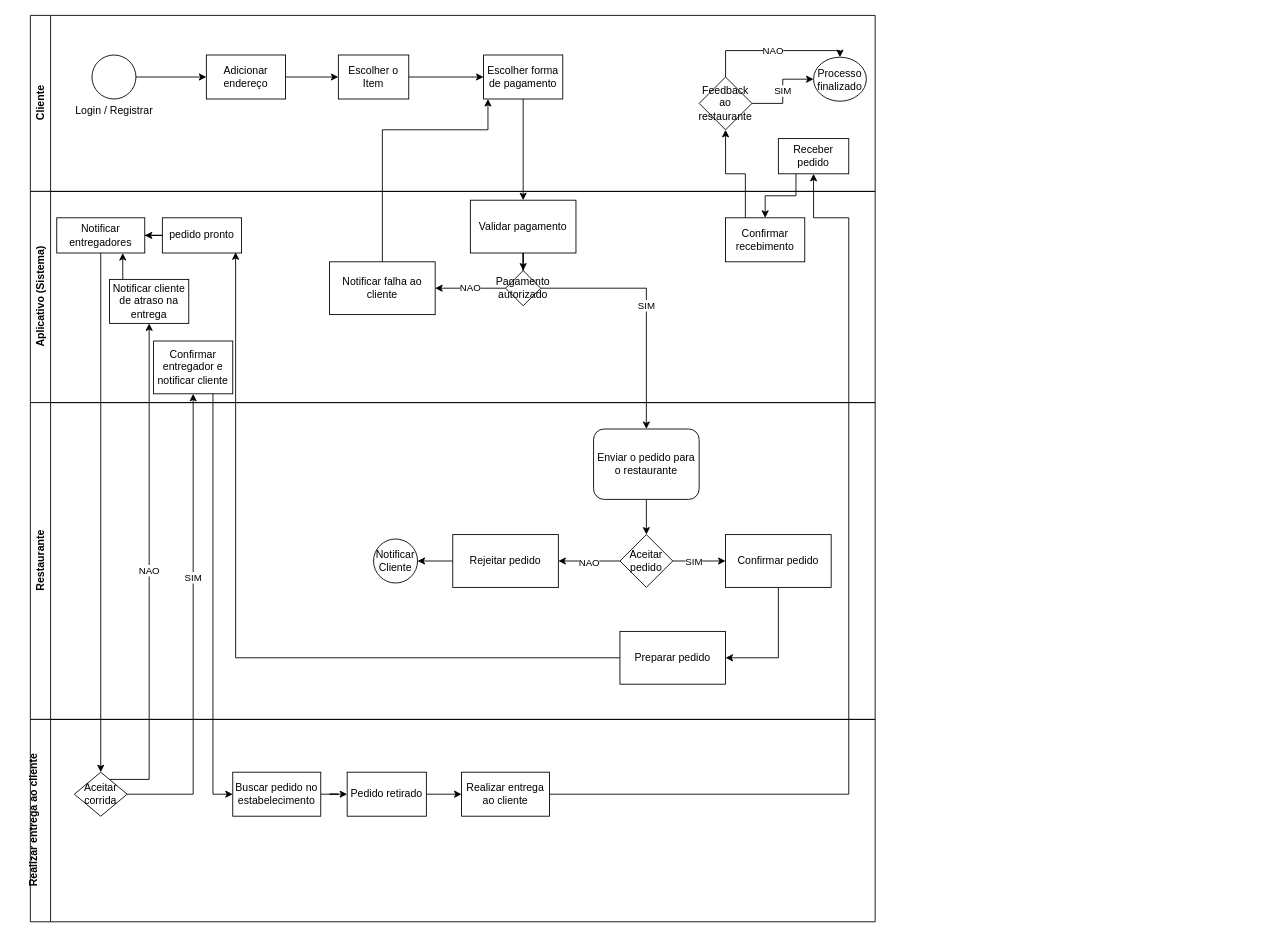
Above: ProcessosDeNegóciosBPMN.drawio in RuanCF/Processos-de-Negocios-BPMN (draw.io), before the change. Source tidied: cells renumbered, new cells numbered last; positions are measured from the earlier drawing's top-left corner, leaving out a move shared by most shapes. Both pictures are drawn from the tidied source at 88%, with x=0, y=0 at pixel (30, 15).
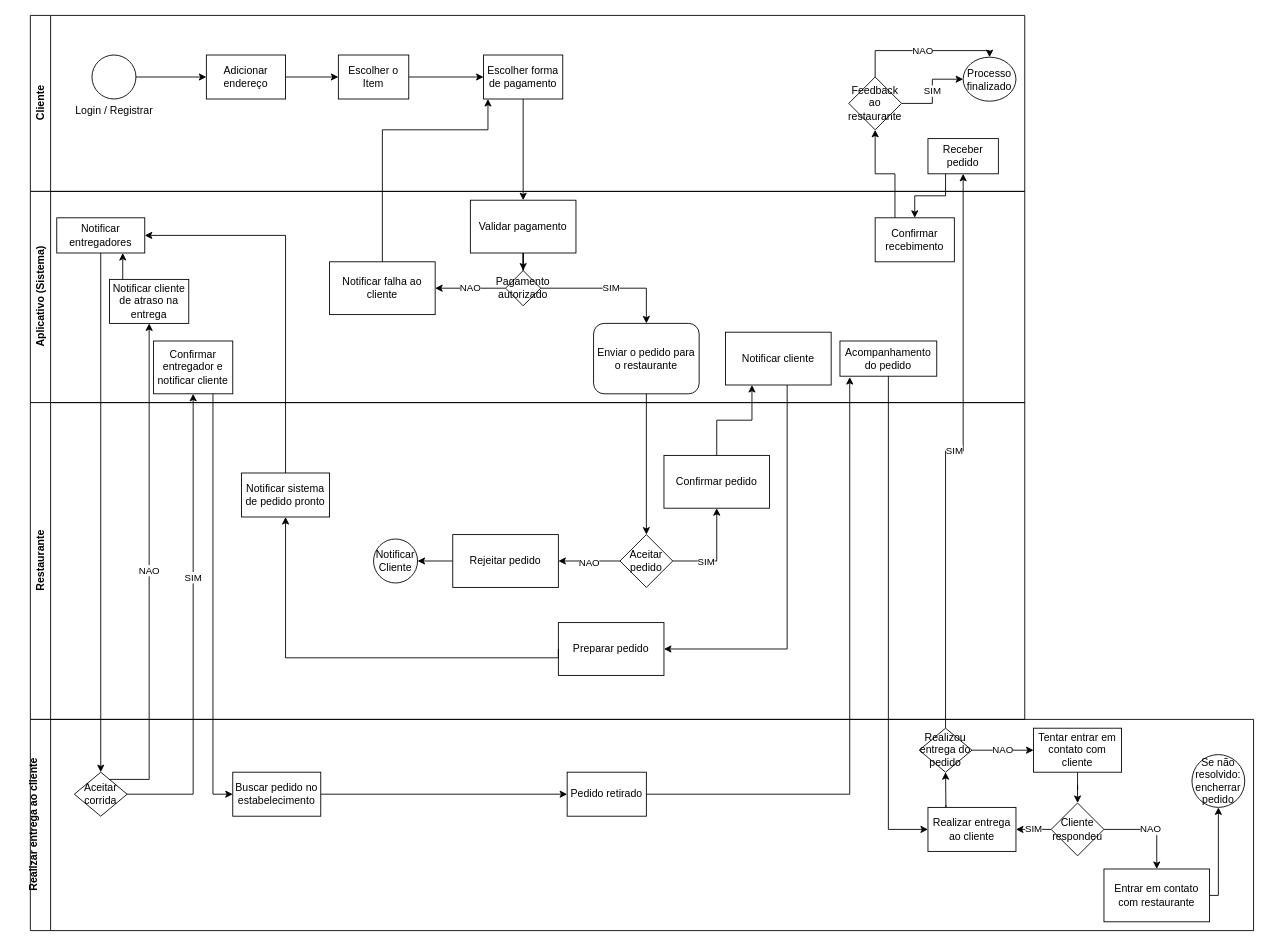
The same page after the edit.

The change refers to these unchanged cells:
```xml
<mxCell id="18" value="Pagamento a&lt;span style=&quot;background-color: transparent; color: light-dark(rgb(0, 0, 0), rgb(255, 255, 255));&quot;&gt;utorizado&lt;/span&gt;" style="rhombus;verticalAlign=middle;align=center;fontColor=default;labelBackgroundColor=none;html=1;whiteSpace=wrap;spacingBottom=0;" parent="15" vertex="1">
  <mxGeometry x="540" y="90" width="40" height="40" as="geometry" />
</mxCell>
<mxCell id="25" value="Notificar entregadores" style="whiteSpace=wrap;html=1;" parent="15" vertex="1">
  <mxGeometry x="30" y="30" width="100" height="40" as="geometry" />
</mxCell>
<mxCell id="35" value="Aceitar pedido" style="rhombus;whiteSpace=wrap;html=1;" parent="28" vertex="1">
  <mxGeometry x="670" y="150" width="60" height="60" as="geometry" />
</mxCell>
```

The edit, as a diff of the source:
```diff
@@
     <mxCell id="2" value="Cliente" style="swimlane;horizontal=0;whiteSpace=wrap;html=1;" parent="1" vertex="1">
-      <mxGeometry width="960" height="200" as="geometry" />
+      <mxGeometry width="1130" height="200" as="geometry" />
     </mxCell>
@@
-    <mxCell id="10" value="Processo finalizado" style="ellipse;whiteSpace=wrap;html=1;" parent="2" vertex="1">
-      <mxGeometry x="890" y="47.5" width="60" height="50" as="geometry" />
-    </mxCell>
-    <mxCell id="11" value="Receber pedido" style="whiteSpace=wrap;html=1;" parent="2" vertex="1">
-      <mxGeometry x="850" y="140" width="80" height="40" as="geometry" />
-    </mxCell>
-    <mxCell id="12" value="SIM" style="edgeStyle=orthogonalEdgeStyle;rounded=0;jettySize=auto;html=1;" parent="2" edge="1" source="14" target="10">
-      <mxGeometry relative="1" as="geometry" />
-    </mxCell>
-    <mxCell id="13" value="NAO" style="edgeStyle=orthogonalEdgeStyle;rounded=0;jettySize=auto;html=1;entryX=0.5;entryY=0;entryDx=0;entryDy=0;" parent="2" edge="1" source="14" target="10">
-      <mxGeometry relative="1" as="geometry">
-        <Array as="points">
-          <mxPoint x="790" y="40" />
-          <mxPoint x="920" y="40" />
-        </Array>
-      </mxGeometry>
-    </mxCell>
-    <mxCell id="14" value="Feedback ao restaurante" style="rhombus;whiteSpace=wrap;html=1;" parent="2" vertex="1">
-      <mxGeometry x="760" y="70" width="60" height="60" as="geometry" />
-    </mxCell>
     <mxCell id="15" value="Aplicativo (Sistema)" style="swimlane;horizontal=0;whiteSpace=wrap;html=1;" parent="1" vertex="1">
-      <mxGeometry y="200" width="960" height="240" as="geometry" />
+      <mxGeometry y="200" width="1130" height="240" as="geometry" />
     </mxCell>
@@
-    <mxCell id="21" style="edgeStyle=orthogonalEdgeStyle;rounded=0;jettySize=auto;html=1;" parent="15" edge="1" source="22" target="25">
-      <mxGeometry relative="1" as="geometry" />
-    </mxCell>
-    <mxCell id="22" value="pedido pronto" style="whiteSpace=wrap;html=1;" parent="15" vertex="1">
-      <mxGeometry x="150" y="30" width="90" height="40" as="geometry" />
-    </mxCell>
@@
+    <mxCell id="30" value="Enviar o pedido para o restaurante" style="html=1;whiteSpace=wrap;rounded=1;" parent="15" vertex="1">
+      <mxGeometry x="640" y="150" width="120" height="80" as="geometry" />
+    </mxCell>
+    <mxCell id="40" value="SIM" style="edgeStyle=orthogonalEdgeStyle;rounded=0;jettySize=auto;html=1;entryX=0.5;entryY=0;entryDx=0;entryDy=0;" parent="15" edge="1" source="18" target="30">
+      <mxGeometry relative="1" as="geometry" />
+    </mxCell>
+    <mxCell id="60" value="Notificar cliente" style="whiteSpace=wrap;html=1;" parent="15" vertex="1">
+      <mxGeometry x="790" y="160" width="120" height="60" as="geometry" />
+    </mxCell>
+    <mxCell id="10" value="Processo finalizado" style="ellipse;whiteSpace=wrap;html=1;" parent="15" vertex="1">
+      <mxGeometry x="1060" y="-152.5" width="60" height="50" as="geometry" />
+    </mxCell>
+    <mxCell id="11" value="Receber pedido" style="whiteSpace=wrap;html=1;" parent="15" vertex="1">
+      <mxGeometry x="1020" y="-60" width="80" height="40" as="geometry" />
+    </mxCell>
+    <mxCell id="12" value="SIM" style="edgeStyle=orthogonalEdgeStyle;rounded=0;jettySize=auto;html=1;" parent="15" edge="1" source="14" target="10">
+      <mxGeometry relative="1" as="geometry" />
+    </mxCell>
+    <mxCell id="13" value="NAO" style="edgeStyle=orthogonalEdgeStyle;rounded=0;jettySize=auto;html=1;entryX=0.5;entryY=0;entryDx=0;entryDy=0;" parent="15" edge="1" source="14" target="10">
+      <mxGeometry relative="1" as="geometry">
+        <Array as="points">
+          <mxPoint x="960" y="-160" />
+          <mxPoint x="1090" y="-160" />
+        </Array>
+      </mxGeometry>
+    </mxCell>
+    <mxCell id="14" value="Feedback ao restaurante" style="rhombus;whiteSpace=wrap;html=1;" parent="15" vertex="1">
+      <mxGeometry x="930" y="-130" width="60" height="60" as="geometry" />
+    </mxCell>
     <mxCell id="27" value="Confirmar recebimento" style="whiteSpace=wrap;html=1;" parent="15" vertex="1">
-      <mxGeometry x="790" y="30" width="90" height="50" as="geometry" />
+      <mxGeometry x="960" y="30" width="90" height="50" as="geometry" />
     </mxCell>
+    <mxCell id="58" style="edgeStyle=orthogonalEdgeStyle;rounded=0;jettySize=auto;html=1;exitX=0.25;exitY=1;exitDx=0;exitDy=0;entryX=0.5;entryY=0;entryDx=0;entryDy=0;" parent="15" edge="1" source="11" target="27">
+      <mxGeometry relative="1" as="geometry" />
+    </mxCell>
+    <mxCell id="59" style="edgeStyle=orthogonalEdgeStyle;rounded=0;jettySize=auto;html=1;exitX=0.25;exitY=0;exitDx=0;exitDy=0;entryX=0.5;entryY=1;entryDx=0;entryDy=0;" parent="15" edge="1" source="27" target="14">
+      <mxGeometry relative="1" as="geometry" />
+    </mxCell>
+    <mxCell id="61" value="Acompanhamento do pedido" style="whiteSpace=wrap;html=1;" parent="15" vertex="1">
+      <mxGeometry x="920" y="170" width="110" height="40" as="geometry" />
+    </mxCell>
     <mxCell id="28" value="Restaurante" style="swimlane;horizontal=0;whiteSpace=wrap;html=1;" parent="1" vertex="1">
-      <mxGeometry y="440" width="960" height="360" as="geometry" />
+      <mxGeometry y="440" width="1130" height="360" as="geometry" />
     </mxCell>
-    <mxCell id="29" style="edgeStyle=orthogonalEdgeStyle;rounded=0;jettySize=auto;html=1;" parent="28" edge="1" source="30" target="35">
-      <mxGeometry relative="1" as="geometry" />
-    </mxCell>
-    <mxCell id="30" value="Enviar o pedido para o restaurante" style="html=1;whiteSpace=wrap;rounded=1;" parent="28" vertex="1">
-      <mxGeometry x="640" y="30" width="120" height="80" as="geometry" />
-    </mxCell>
@@
     <mxCell id="33" style="edgeStyle=orthogonalEdgeStyle;rounded=0;jettySize=auto;html=1;" parent="28" edge="1" source="35" target="38">
-      <mxGeometry relative="1" as="geometry" />
+      <mxGeometry relative="1" as="geometry">
+        <Array as="points">
+          <mxPoint x="780" y="180" />
+        </Array>
+      </mxGeometry>
     </mxCell>
@@
     <mxCell id="38" value="Confirmar pedido" style="whiteSpace=wrap;html=1;" parent="28" vertex="1">
-      <mxGeometry x="790" y="150" width="120" height="60" as="geometry" />
+      <mxGeometry x="720" y="60" width="120" height="60" as="geometry" />
     </mxCell>
@@
-    <mxCell id="40" value="SIM" style="edgeStyle=orthogonalEdgeStyle;rounded=0;jettySize=auto;html=1;entryX=0.5;entryY=0;entryDx=0;entryDy=0;" parent="1" edge="1" source="18" target="30">
-      <mxGeometry relative="1" as="geometry" />
-    </mxCell>
-    <mxCell id="41" value="Preparar pedido" style="whiteSpace=wrap;html=1;" parent="1" vertex="1">
-      <mxGeometry x="670" y="700" width="120" height="60" as="geometry" />
+    <mxCell id="41" value="Preparar pedido" style="whiteSpace=wrap;html=1;" parent="28" vertex="1">
+      <mxGeometry x="600" y="250" width="120" height="60" as="geometry" />
     </mxCell>
-    <mxCell id="42" style="edgeStyle=orthogonalEdgeStyle;rounded=0;jettySize=auto;html=1;entryX=1;entryY=0.5;entryDx=0;entryDy=0;" parent="1" edge="1" source="38" target="41">
-      <mxGeometry relative="1" as="geometry" />
-    </mxCell>
+    <mxCell id="22" value="Notificar sistema de pedido pronto" style="whiteSpace=wrap;html=1;" parent="28" vertex="1">
+      <mxGeometry x="240" y="80" width="100" height="50" as="geometry" />
+    </mxCell>
+    <mxCell id="54" style="edgeStyle=orthogonalEdgeStyle;rounded=0;jettySize=auto;html=1;exitX=0;exitY=0.5;exitDx=0;exitDy=0;" parent="28" edge="1" source="41">
+      <mxGeometry relative="1" as="geometry">
+        <mxPoint x="290" y="130" as="targetPoint" />
+        <Array as="points">
+          <mxPoint x="600" y="290" />
+          <mxPoint x="290" y="290" />
+          <mxPoint x="290" y="130" />
+        </Array>
+      </mxGeometry>
+    </mxCell>
@@
     <mxCell id="45" value="&#10;Realizar entrega ao cliente&#10;&#10;" style="swimlane;horizontal=0;whiteSpace=wrap;html=1;startSize=23;" parent="1" vertex="1">
-      <mxGeometry y="800" width="960" height="230" as="geometry" />
+      <mxGeometry y="800" width="1390" height="240" as="geometry" />
     </mxCell>
@@
-    <mxCell id="49" style="edgeStyle=orthogonalEdgeStyle;rounded=0;jettySize=auto;html=1;" parent="45" edge="1" source="50" target="51">
-      <mxGeometry relative="1" as="geometry" />
-    </mxCell>
     <mxCell id="50" value="Pedido retirado" style="whiteSpace=wrap;html=1;" parent="45" vertex="1">
-      <mxGeometry x="360" y="60" width="90" height="50" as="geometry" />
+      <mxGeometry x="610" y="60" width="90" height="50" as="geometry" />
     </mxCell>
+    <mxCell id="62" style="edgeStyle=orthogonalEdgeStyle;rounded=0;jettySize=auto;html=1;exitX=0.204;exitY=-0.057;exitDx=0;exitDy=0;entryX=0.5;entryY=1;entryDx=0;entryDy=0;exitPerimeter=0;" parent="45" edge="1" source="51" target="64">
+      <mxGeometry relative="1" as="geometry">
+        <Array as="points">
+          <mxPoint x="1040" y="100" />
+        </Array>
+      </mxGeometry>
+    </mxCell>
     <mxCell id="51" value="Realizar entrega ao cliente" style="whiteSpace=wrap;html=1;" parent="45" vertex="1">
-      <mxGeometry x="490" y="60" width="100" height="50" as="geometry" />
+      <mxGeometry x="1020" y="100" width="100" height="50" as="geometry" />
     </mxCell>
+    <mxCell id="63" value="NAO" style="edgeStyle=orthogonalEdgeStyle;rounded=0;jettySize=auto;html=1;" parent="45" edge="1" source="64" target="66">
+      <mxGeometry relative="1" as="geometry" />
+    </mxCell>
+    <mxCell id="64" value="Realizou entrega do pedido" style="rhombus;whiteSpace=wrap;html=1;" parent="45" vertex="1">
+      <mxGeometry x="1010" y="10" width="60" height="50" as="geometry" />
+    </mxCell>
+    <mxCell id="65" style="edgeStyle=orthogonalEdgeStyle;rounded=0;jettySize=auto;html=1;entryX=0.5;entryY=0;entryDx=0;entryDy=0;" parent="45" edge="1" source="66" target="68">
+      <mxGeometry relative="1" as="geometry" />
+    </mxCell>
+    <mxCell id="66" value="Tentar entrar em contato com cliente" style="whiteSpace=wrap;html=1;" parent="45" vertex="1">
+      <mxGeometry x="1140" y="10" width="100" height="50" as="geometry" />
+    </mxCell>
+    <mxCell id="67" value="SIM" style="edgeStyle=orthogonalEdgeStyle;rounded=0;jettySize=auto;html=1;entryX=1;entryY=0.5;entryDx=0;entryDy=0;" parent="45" edge="1" source="68" target="51">
+      <mxGeometry relative="1" as="geometry" />
+    </mxCell>
+    <mxCell id="68" value="Cliente respondeu" style="rhombus;whiteSpace=wrap;html=1;" parent="45" vertex="1">
+      <mxGeometry x="1160" y="95" width="60" height="60" as="geometry" />
+    </mxCell>
+    <mxCell id="69" value="Se não resolvido:&lt;br&gt;encherrar pedido" style="ellipse;whiteSpace=wrap;html=1;" parent="45" vertex="1">
+      <mxGeometry x="1320" y="40" width="60" height="60" as="geometry" />
+    </mxCell>
@@
-    <mxCell id="54" style="edgeStyle=orthogonalEdgeStyle;rounded=0;jettySize=auto;html=1;exitX=0;exitY=0.5;exitDx=0;exitDy=0;entryX=0.925;entryY=0.979;entryDx=0;entryDy=0;entryPerimeter=0;" parent="1" edge="1" source="41" target="22">
-      <mxGeometry relative="1" as="geometry">
-        <Array as="points">
-          <mxPoint x="233" y="730" />
-        </Array>
-      </mxGeometry>
-    </mxCell>
@@
-    <mxCell id="57" style="edgeStyle=orthogonalEdgeStyle;rounded=0;jettySize=auto;html=1;entryX=0.5;entryY=1;entryDx=0;entryDy=0;" parent="1" edge="1" source="51" target="11">
-      <mxGeometry relative="1" as="geometry">
-        <Array as="points">
-          <mxPoint x="930" y="885" />
-          <mxPoint x="930" y="230" />
-          <mxPoint x="890" y="230" />
-        </Array>
-      </mxGeometry>
-    </mxCell>
-    <mxCell id="58" style="edgeStyle=orthogonalEdgeStyle;rounded=0;jettySize=auto;html=1;exitX=0.25;exitY=1;exitDx=0;exitDy=0;entryX=0.5;entryY=0;entryDx=0;entryDy=0;" parent="1" edge="1" source="11" target="27">
-      <mxGeometry relative="1" as="geometry" />
-    </mxCell>
-    <mxCell id="59" style="edgeStyle=orthogonalEdgeStyle;rounded=0;jettySize=auto;html=1;exitX=0.25;exitY=0;exitDx=0;exitDy=0;entryX=0.5;entryY=1;entryDx=0;entryDy=0;" parent="1" edge="1" source="27" target="14">
-      <mxGeometry relative="1" as="geometry" />
-    </mxCell>
+    <mxCell id="29" style="edgeStyle=orthogonalEdgeStyle;rounded=0;jettySize=auto;html=1;" parent="1" edge="1" source="30" target="35">
+      <mxGeometry relative="1" as="geometry" />
+    </mxCell>
+    <mxCell id="70" style="edgeStyle=orthogonalEdgeStyle;rounded=0;jettySize=auto;html=1;" parent="1" edge="1" source="38" target="60">
+      <mxGeometry relative="1" as="geometry">
+        <Array as="points">
+          <mxPoint x="780" y="460" />
+          <mxPoint x="820" y="460" />
+        </Array>
+      </mxGeometry>
+    </mxCell>
+    <mxCell id="71" style="edgeStyle=orthogonalEdgeStyle;rounded=0;jettySize=auto;html=1;entryX=1;entryY=0.5;entryDx=0;entryDy=0;" parent="1" edge="1" source="60" target="41">
+      <mxGeometry relative="1" as="geometry">
+        <Array as="points">
+          <mxPoint x="860" y="720" />
+        </Array>
+      </mxGeometry>
+    </mxCell>
+    <mxCell id="21" style="edgeStyle=orthogonalEdgeStyle;rounded=0;jettySize=auto;html=1;entryX=1;entryY=0.5;entryDx=0;entryDy=0;" parent="1" edge="1" source="22" target="25">
+      <mxGeometry relative="1" as="geometry">
+        <Array as="points">
+          <mxPoint x="290" y="250" />
+        </Array>
+      </mxGeometry>
+    </mxCell>
+    <mxCell id="72" style="edgeStyle=orthogonalEdgeStyle;rounded=0;jettySize=auto;html=1;entryX=0.101;entryY=1.024;entryDx=0;entryDy=0;entryPerimeter=0;" parent="1" edge="1" source="50" target="61">
+      <mxGeometry relative="1" as="geometry" />
+    </mxCell>
+    <mxCell id="73" style="edgeStyle=orthogonalEdgeStyle;rounded=0;jettySize=auto;html=1;entryX=0;entryY=0.5;entryDx=0;entryDy=0;" parent="1" edge="1" source="61" target="51">
+      <mxGeometry relative="1" as="geometry" />
+    </mxCell>
+    <mxCell id="74" value="SIM" style="edgeStyle=orthogonalEdgeStyle;rounded=0;jettySize=auto;html=1;entryX=0.5;entryY=1;entryDx=0;entryDy=0;" parent="1" edge="1" source="64" target="11">
+      <mxGeometry relative="1" as="geometry" />
+    </mxCell>
+    <mxCell id="75" style="edgeStyle=orthogonalEdgeStyle;rounded=0;jettySize=auto;html=1;entryX=0.5;entryY=1;entryDx=0;entryDy=0;" parent="1" edge="1" source="76" target="69">
+      <mxGeometry relative="1" as="geometry">
+        <Array as="points">
+          <mxPoint x="1350" y="1000" />
+        </Array>
+      </mxGeometry>
+    </mxCell>
+    <mxCell id="76" value="Entrar em contato com restaurante" style="whiteSpace=wrap;html=1;" parent="1" vertex="1">
+      <mxGeometry x="1220" y="970" width="120" height="60" as="geometry" />
+    </mxCell>
+    <mxCell id="77" value="NAO" style="edgeStyle=orthogonalEdgeStyle;rounded=0;jettySize=auto;html=1;entryX=0.5;entryY=0;entryDx=0;entryDy=0;" parent="1" edge="1" source="68" target="76">
+      <mxGeometry relative="1" as="geometry">
+        <Array as="points">
+          <mxPoint x="1280" y="925" />
+        </Array>
+      </mxGeometry>
+    </mxCell>
```
